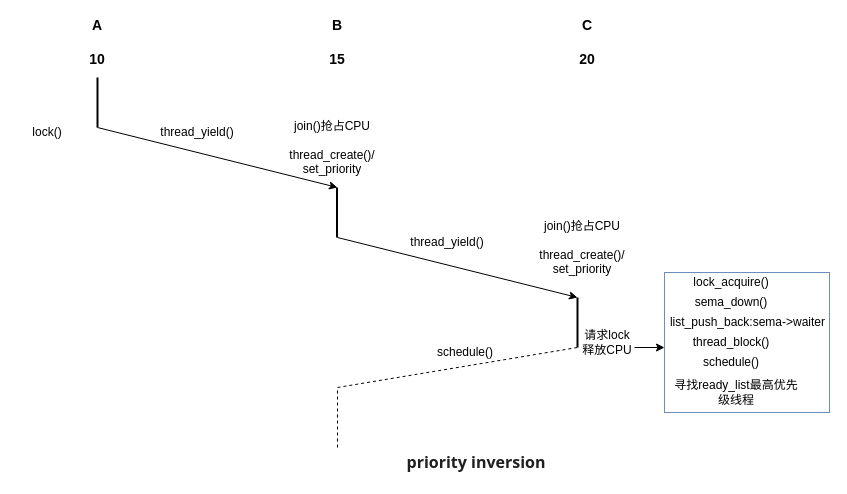
The draw.io diagram docs/priorityInversion.drawio in 0AyanamiRei/pintos, before the edit. Source tidied: cells renumbered, new cells numbered last; positions are measured from the earlier drawing's top-left corner, leaving out a move shared by most shapes. Both pictures are drawn from the tidied source at 100%, with x=0, y=0 at pixel (17, 27).
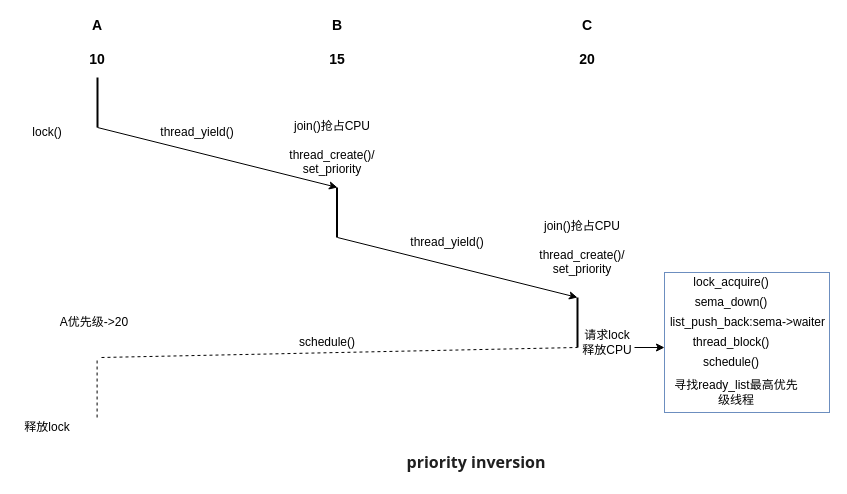
The same diagram, later.

Diff of the diagram source:
```diff
@@
     <mxCell id="16" style="endArrow=none;dashed=1;html=1;rounded=0;" parent="1" edge="1">
       <mxGeometry relative="1" as="geometry">
-        <mxPoint x="320" y="360" as="sourcePoint" />
+        <mxPoint x="84" y="330" as="sourcePoint" />
         <mxPoint x="560" y="320" as="targetPoint" />
       </mxGeometry>
     </mxCell>
@@
     <mxCell id="23" value="schedule()" style="text;html=1;align=center;verticalAlign=middle;whiteSpace=wrap;rounded=0;" parent="1" vertex="1">
-      <mxGeometry x="408" y="310" width="80" height="30" as="geometry" />
+      <mxGeometry x="270" y="300" width="80" height="30" as="geometry" />
     </mxCell>
     <mxCell id="24" style="endArrow=none;dashed=1;html=1;rounded=0;" parent="1" edge="1">
       <mxGeometry relative="1" as="geometry">
-        <mxPoint x="320" y="420" as="sourcePoint" />
-        <mxPoint x="320" y="360" as="targetPoint" />
+        <mxPoint x="79.6" y="390" as="sourcePoint" />
+        <mxPoint x="79.6" y="330" as="targetPoint" />
       </mxGeometry>
     </mxCell>
@@
+    <mxCell id="28" value="A优先级-&amp;gt;20" style="text;html=1;align=center;verticalAlign=middle;whiteSpace=wrap;rounded=0;" parent="1" vertex="1">
+      <mxGeometry x="34" y="280" width="86" height="30" as="geometry" />
+    </mxCell>
+    <mxCell id="29" value="释放lock" style="text;html=1;align=center;verticalAlign=middle;whiteSpace=wrap;rounded=0;" parent="1" vertex="1">
+      <mxGeometry y="385" width="60" height="30" as="geometry" />
+    </mxCell>
```
